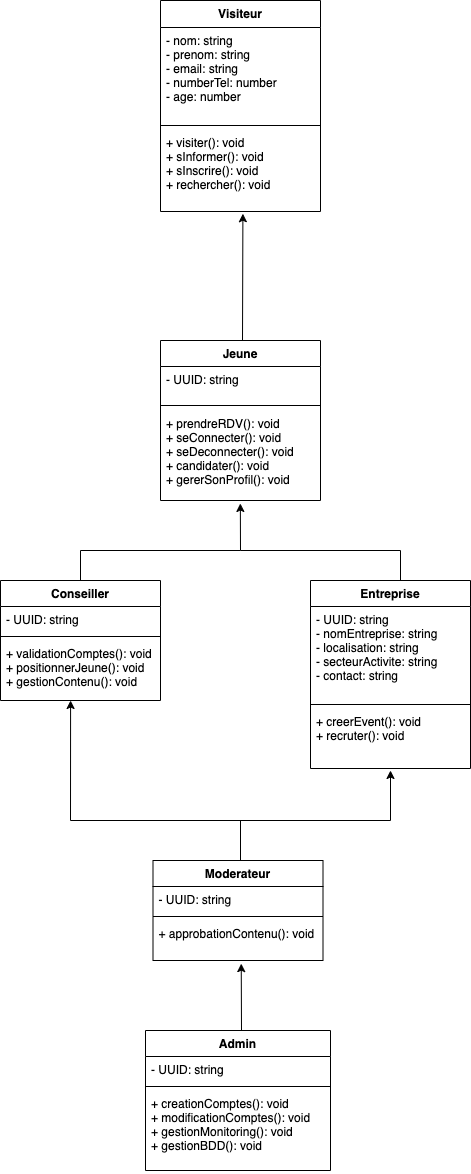
This is diagrams/classe/classe.drawio.png from delannoykurt/mission-locale, a draw.io export, as it was before one commit. Source tidied: cells renumbered, new cells last; positions are measured from the earlier drawing's top-left corner, leaving out a move shared by most shapes.
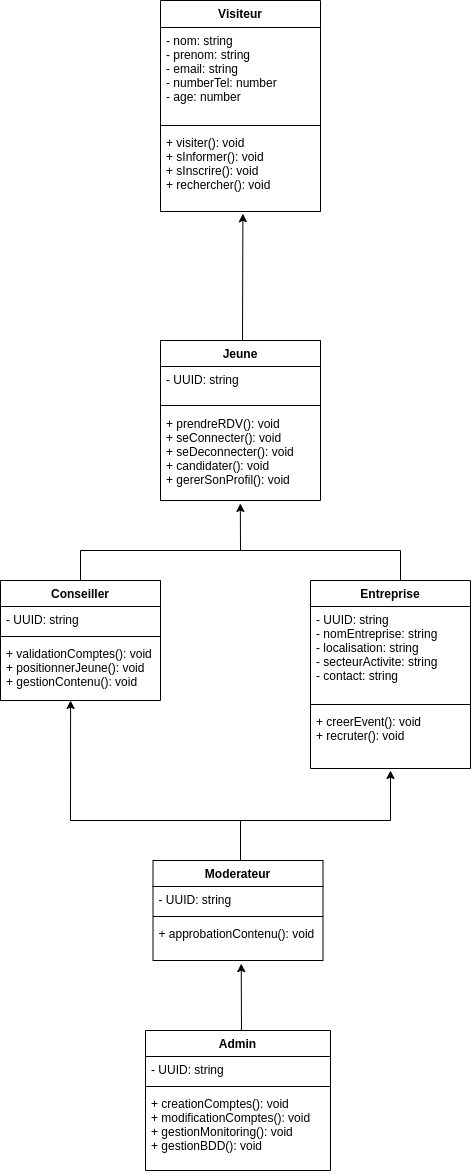
The same diagram one commit later.

Commit message:
docs(common): modification bakcground class

The edit, as a diff of the source:
```diff
@@ -1,136 +1,136 @@
-<mxGraphModel>
+<mxGraphModel background="#ffffff">
   <root>
     <mxCell id="0" />
     <mxCell id="1" parent="0" />
-    <mxCell id="2" value="Visiteur" style="swimlane;fontStyle=1;align=center;verticalAlign=top;horizontal=1;startSize=27;" parent="1" vertex="1">
+    <mxCell id="2" value="Visiteur" style="swimlane;fontStyle=1;align=center;verticalAlign=top;horizontal=1;startSize=27;rounded=0;" parent="1" vertex="1">
       <mxGeometry x="160" width="160" height="211" as="geometry" />
     </mxCell>
-    <mxCell id="3" value="- nom: string&#10;- prenom: string&#10;- email: string&#10;- numberTel: number&#10;- age: number" style="text;strokeColor=none;fillColor=none;align=left;verticalAlign=top;spacingLeft=4;spacingRight=4;overflow=hidden;" parent="2" vertex="1">
+    <mxCell id="3" value="- nom: string&#10;- prenom: string&#10;- email: string&#10;- numberTel: number&#10;- age: number" style="text;strokeColor=none;fillColor=none;align=left;verticalAlign=top;spacingLeft=4;spacingRight=4;overflow=hidden;rounded=0;fontColor=#000000;" parent="2" vertex="1">
       <mxGeometry y="27" width="160" height="94" as="geometry" />
     </mxCell>
-    <mxCell id="4" style="line;strokeWidth=1;fillColor=none;align=left;verticalAlign=middle;spacingTop=-1;spacingLeft=3;spacingRight=3;labelPosition=right;" parent="2" vertex="1">
+    <mxCell id="4" style="line;strokeWidth=1;fillColor=none;align=left;verticalAlign=middle;spacingTop=-1;spacingLeft=3;spacingRight=3;labelPosition=right;rounded=0;" parent="2" vertex="1">
       <mxGeometry y="121" width="160" height="8" as="geometry" />
     </mxCell>
-    <mxCell id="5" value="+ visiter(): void&#10;+ sInformer(): void&#10;+ sInscrire(): void&#10;+ rechercher(): void" style="text;strokeColor=none;fillColor=none;align=left;verticalAlign=top;spacingLeft=4;spacingRight=4;overflow=hidden;points=[[0,0.5],[1,0.5]];portConstraint=eastwest;" parent="2" vertex="1">
+    <mxCell id="5" value="+ visiter(): void&#10;+ sInformer(): void&#10;+ sInscrire(): void&#10;+ rechercher(): void" style="text;strokeColor=none;fillColor=none;align=left;verticalAlign=top;spacingLeft=4;spacingRight=4;overflow=hidden;points=[[0,0.5],[1,0.5]];portConstraint=eastwest;rounded=0;fontColor=#000000;" parent="2" vertex="1">
       <mxGeometry y="129" width="160" height="82" as="geometry" />
     </mxCell>
-    <mxCell id="6" value="Jeune" style="swimlane;fontStyle=1;align=center;verticalAlign=top;horizontal=1;startSize=26;" parent="1" vertex="1">
+    <mxCell id="6" value="Jeune" style="swimlane;fontStyle=1;align=center;verticalAlign=top;horizontal=1;startSize=26;rounded=0;" parent="1" vertex="1">
       <mxGeometry x="160" y="340" width="160" height="160" as="geometry" />
     </mxCell>
-    <mxCell id="7" value="- UUID: string" style="text;strokeColor=none;fillColor=none;align=left;verticalAlign=top;spacingLeft=4;spacingRight=4;overflow=hidden;" parent="6" vertex="1">
+    <mxCell id="7" value="- UUID: string" style="text;strokeColor=none;fillColor=none;align=left;verticalAlign=top;spacingLeft=4;spacingRight=4;overflow=hidden;rounded=0;fontColor=#000000;" parent="6" vertex="1">
       <mxGeometry y="26" width="160" height="34" as="geometry" />
     </mxCell>
-    <mxCell id="8" style="line;strokeWidth=1;fillColor=none;align=left;verticalAlign=middle;spacingTop=-1;spacingLeft=3;spacingRight=3;labelPosition=right;" parent="6" vertex="1">
+    <mxCell id="8" style="line;strokeWidth=1;fillColor=none;align=left;verticalAlign=middle;spacingTop=-1;spacingLeft=3;spacingRight=3;labelPosition=right;rounded=0;" parent="6" vertex="1">
       <mxGeometry y="60" width="160" height="10" as="geometry" />
     </mxCell>
-    <mxCell id="9" value="+ prendreRDV(): void&#10;+ seConnecter(): void&#10;+ seDeconnecter(): void&#10;+ candidater(): void&#10;+ gererSonProfil(): void" style="text;strokeColor=none;fillColor=none;align=left;verticalAlign=top;spacingLeft=4;spacingRight=4;overflow=hidden;points=[[0,0.5],[1,0.5]];portConstraint=eastwest;" parent="6" vertex="1">
+    <mxCell id="9" value="+ prendreRDV(): void&#10;+ seConnecter(): void&#10;+ seDeconnecter(): void&#10;+ candidater(): void&#10;+ gererSonProfil(): void" style="text;strokeColor=none;fillColor=none;align=left;verticalAlign=top;spacingLeft=4;spacingRight=4;overflow=hidden;points=[[0,0.5],[1,0.5]];portConstraint=eastwest;rounded=0;fontColor=#000000;" parent="6" vertex="1">
       <mxGeometry y="70" width="160" height="90" as="geometry" />
     </mxCell>
-    <mxCell id="10" value="Conseiller" style="swimlane;fontStyle=1;align=center;verticalAlign=top;horizontal=1;startSize=26;" parent="1" vertex="1">
+    <mxCell id="10" value="Conseiller" style="swimlane;fontStyle=1;align=center;verticalAlign=top;horizontal=1;startSize=26;rounded=0;" parent="1" vertex="1">
       <mxGeometry y="580" width="160" height="120" as="geometry" />
     </mxCell>
-    <mxCell id="11" value="- UUID: string" style="text;strokeColor=none;fillColor=none;align=left;verticalAlign=top;spacingLeft=4;spacingRight=4;overflow=hidden;" parent="10" vertex="1">
+    <mxCell id="11" value="- UUID: string" style="text;strokeColor=none;fillColor=none;align=left;verticalAlign=top;spacingLeft=4;spacingRight=4;overflow=hidden;rounded=0;fontColor=#000000;" parent="10" vertex="1">
       <mxGeometry y="26" width="160" height="26" as="geometry" />
     </mxCell>
-    <mxCell id="12" style="line;strokeWidth=1;fillColor=none;align=left;verticalAlign=middle;spacingTop=-1;spacingLeft=3;spacingRight=3;labelPosition=right;" parent="10" vertex="1">
+    <mxCell id="12" style="line;strokeWidth=1;fillColor=none;align=left;verticalAlign=middle;spacingTop=-1;spacingLeft=3;spacingRight=3;labelPosition=right;rounded=0;" parent="10" vertex="1">
       <mxGeometry y="52" width="160" height="8" as="geometry" />
     </mxCell>
-    <mxCell id="13" value="+ validationComptes(): void&#10;+ positionnerJeune(): void&#10;+ gestionContenu(): void" style="text;strokeColor=none;fillColor=none;align=left;verticalAlign=top;spacingLeft=4;spacingRight=4;overflow=hidden;points=[[0,0.5],[1,0.5]];portConstraint=eastwest;" parent="10" vertex="1">
+    <mxCell id="13" value="+ validationComptes(): void&#10;+ positionnerJeune(): void&#10;+ gestionContenu(): void" style="text;strokeColor=none;fillColor=none;align=left;verticalAlign=top;spacingLeft=4;spacingRight=4;overflow=hidden;points=[[0,0.5],[1,0.5]];portConstraint=eastwest;rounded=0;fontColor=#000000;" parent="10" vertex="1">
       <mxGeometry y="60" width="160" height="60" as="geometry" />
     </mxCell>
-    <mxCell id="14" value="Moderateur" style="swimlane;fontStyle=1;align=center;verticalAlign=top;horizontal=1;startSize=26;" parent="1" vertex="1">
+    <mxCell id="14" value="Moderateur" style="swimlane;fontStyle=1;align=center;verticalAlign=top;horizontal=1;startSize=26;rounded=0;" parent="1" vertex="1">
       <mxGeometry x="152.5" y="860" width="170" height="100" as="geometry" />
     </mxCell>
-    <mxCell id="15" value="- UUID: string" style="text;strokeColor=none;fillColor=none;align=left;verticalAlign=top;spacingLeft=4;spacingRight=4;overflow=hidden;" parent="14" vertex="1">
+    <mxCell id="15" value="- UUID: string" style="text;strokeColor=none;fillColor=none;align=left;verticalAlign=top;spacingLeft=4;spacingRight=4;overflow=hidden;rounded=0;fontColor=#000000;" parent="14" vertex="1">
       <mxGeometry y="26" width="170" height="26" as="geometry" />
     </mxCell>
-    <mxCell id="16" style="line;strokeWidth=1;fillColor=none;align=left;verticalAlign=middle;spacingTop=-1;spacingLeft=3;spacingRight=3;labelPosition=right;" parent="14" vertex="1">
+    <mxCell id="16" style="line;strokeWidth=1;fillColor=none;align=left;verticalAlign=middle;spacingTop=-1;spacingLeft=3;spacingRight=3;labelPosition=right;rounded=0;" parent="14" vertex="1">
       <mxGeometry y="52" width="170" height="8" as="geometry" />
     </mxCell>
-    <mxCell id="17" value="+ approbationContenu(): void&#10;" style="text;strokeColor=none;fillColor=none;align=left;verticalAlign=top;spacingLeft=4;spacingRight=4;overflow=hidden;points=[[0,0.5],[1,0.5]];portConstraint=eastwest;" parent="14" vertex="1">
+    <mxCell id="17" value="+ approbationContenu(): void&#10;" style="text;strokeColor=none;fillColor=none;align=left;verticalAlign=top;spacingLeft=4;spacingRight=4;overflow=hidden;points=[[0,0.5],[1,0.5]];portConstraint=eastwest;rounded=0;fontColor=#000000;" parent="14" vertex="1">
       <mxGeometry y="60" width="170" height="40" as="geometry" />
     </mxCell>
-    <mxCell id="18" value="Entreprise" style="swimlane;fontStyle=1;align=center;verticalAlign=top;horizontal=1;startSize=26;" parent="1" vertex="1">
+    <mxCell id="18" value="Entreprise" style="swimlane;fontStyle=1;align=center;verticalAlign=top;horizontal=1;startSize=26;rounded=0;" parent="1" vertex="1">
       <mxGeometry x="310" y="580" width="160" height="188" as="geometry" />
     </mxCell>
-    <mxCell id="19" value="- UUID: string&#10;- nomEntreprise: string&#10;- localisation: string&#10;- secteurActivite: string&#10;- contact: string" style="text;strokeColor=none;fillColor=none;align=left;verticalAlign=top;spacingLeft=4;spacingRight=4;overflow=hidden;" parent="18" vertex="1">
+    <mxCell id="19" value="- UUID: string&#10;- nomEntreprise: string&#10;- localisation: string&#10;- secteurActivite: string&#10;- contact: string" style="text;strokeColor=none;fillColor=none;align=left;verticalAlign=top;spacingLeft=4;spacingRight=4;overflow=hidden;rounded=0;fontColor=#000000;" parent="18" vertex="1">
       <mxGeometry y="26" width="160" height="94" as="geometry" />
     </mxCell>
-    <mxCell id="20" style="line;strokeWidth=1;fillColor=none;align=left;verticalAlign=middle;spacingTop=-1;spacingLeft=3;spacingRight=3;labelPosition=right;" parent="18" vertex="1">
+    <mxCell id="20" style="line;strokeWidth=1;fillColor=none;align=left;verticalAlign=middle;spacingTop=-1;spacingLeft=3;spacingRight=3;labelPosition=right;rounded=0;" parent="18" vertex="1">
       <mxGeometry y="120" width="160" height="8" as="geometry" />
     </mxCell>
-    <mxCell id="21" value="+ creerEvent(): void&#10;+ recruter(): void" style="text;strokeColor=none;fillColor=none;align=left;verticalAlign=top;spacingLeft=4;spacingRight=4;overflow=hidden;" parent="18" vertex="1">
+    <mxCell id="21" value="+ creerEvent(): void&#10;+ recruter(): void" style="text;strokeColor=none;fillColor=none;align=left;verticalAlign=top;spacingLeft=4;spacingRight=4;overflow=hidden;rounded=0;fontColor=#000000;" parent="18" vertex="1">
       <mxGeometry y="128" width="160" height="60" as="geometry" />
     </mxCell>
-    <mxCell id="22" value="Admin" style="swimlane;fontStyle=1;align=center;verticalAlign=top;horizontal=1;startSize=26;" parent="1" vertex="1">
+    <mxCell id="22" value="Admin" style="swimlane;fontStyle=1;align=center;verticalAlign=top;horizontal=1;startSize=26;rounded=0;" parent="1" vertex="1">
       <mxGeometry x="145" y="1030" width="185" height="140" as="geometry" />
     </mxCell>
-    <mxCell id="23" value="- UUID: string" style="text;strokeColor=none;fillColor=none;align=left;verticalAlign=top;spacingLeft=4;spacingRight=4;overflow=hidden;" parent="22" vertex="1">
+    <mxCell id="23" value="- UUID: string" style="text;strokeColor=none;fillColor=none;align=left;verticalAlign=top;spacingLeft=4;spacingRight=4;overflow=hidden;rounded=0;fontColor=#000000;" parent="22" vertex="1">
       <mxGeometry y="26" width="185" height="26" as="geometry" />
     </mxCell>
-    <mxCell id="24" style="line;strokeWidth=1;fillColor=none;align=left;verticalAlign=middle;spacingTop=-1;spacingLeft=3;spacingRight=3;labelPosition=right;" parent="22" vertex="1">
+    <mxCell id="24" style="line;strokeWidth=1;fillColor=none;align=left;verticalAlign=middle;spacingTop=-1;spacingLeft=3;spacingRight=3;labelPosition=right;rounded=0;" parent="22" vertex="1">
       <mxGeometry y="52" width="185" height="8" as="geometry" />
     </mxCell>
-    <mxCell id="25" value="+ creationComptes(): void&#10;+ modificationComptes(): void&#10;+ gestionMonitoring(): void&#10;+ gestionBDD(): void" style="text;strokeColor=none;fillColor=none;align=left;verticalAlign=top;spacingLeft=4;spacingRight=4;overflow=hidden;" parent="22" vertex="1">
+    <mxCell id="25" value="+ creationComptes(): void&#10;+ modificationComptes(): void&#10;+ gestionMonitoring(): void&#10;+ gestionBDD(): void" style="text;strokeColor=none;fillColor=none;align=left;verticalAlign=top;spacingLeft=4;spacingRight=4;overflow=hidden;rounded=0;fontColor=#000000;" parent="22" vertex="1">
       <mxGeometry y="60" width="185" height="80" as="geometry" />
     </mxCell>
-    <mxCell id="26" style="endArrow=classic;html=1;entryX=0.515;entryY=1.027;entryDx=0;entryDy=0;entryPerimeter=0;" parent="1" edge="1" target="5">
+    <mxCell id="26" style="endArrow=classic;html=1;entryX=0.515;entryY=1.027;entryDx=0;entryDy=0;entryPerimeter=0;rounded=0;fontColor=#000000;labelBackgroundColor=default;" parent="1" edge="1" target="5">
       <mxGeometry relative="1" as="geometry">
         <mxPoint x="242" y="340" as="sourcePoint" />
       </mxGeometry>
     </mxCell>
-    <mxCell id="27" style="endArrow=classic;html=1;entryX=0.499;entryY=1.033;entryDx=0;entryDy=0;entryPerimeter=0;" parent="1" edge="1" target="9">
+    <mxCell id="27" style="endArrow=classic;html=1;entryX=0.499;entryY=1.033;entryDx=0;entryDy=0;entryPerimeter=0;rounded=0;fontColor=#000000;" parent="1" edge="1" target="9">
       <mxGeometry relative="1" as="geometry">
         <mxPoint x="240" y="550" as="sourcePoint" />
       </mxGeometry>
     </mxCell>
-    <mxCell id="28" style="endArrow=none;html=1;" parent="1" edge="1">
+    <mxCell id="28" style="endArrow=none;html=1;rounded=0;fontColor=#000000;" parent="1" edge="1">
       <mxGeometry relative="1" as="geometry">
         <mxPoint x="80" y="550" as="sourcePoint" />
         <mxPoint x="240" y="550" as="targetPoint" />
       </mxGeometry>
     </mxCell>
-    <mxCell id="29" style="endArrow=none;html=1;exitX=0.5;exitY=0;exitDx=0;exitDy=0;" parent="1" edge="1" source="10">
+    <mxCell id="29" style="endArrow=none;html=1;exitX=0.5;exitY=0;exitDx=0;exitDy=0;rounded=0;fontColor=#000000;" parent="1" edge="1" source="10">
       <mxGeometry relative="1" as="geometry">
         <mxPoint x="80" y="550" as="targetPoint" />
       </mxGeometry>
     </mxCell>
-    <mxCell id="30" style="endArrow=none;html=1;" parent="1" edge="1">
+    <mxCell id="30" style="endArrow=none;html=1;rounded=0;fontColor=#000000;" parent="1" edge="1">
       <mxGeometry relative="1" as="geometry">
         <mxPoint x="400" y="550" as="sourcePoint" />
         <mxPoint x="240" y="550" as="targetPoint" />
       </mxGeometry>
     </mxCell>
-    <mxCell id="31" style="endArrow=none;html=1;" parent="1" edge="1">
+    <mxCell id="31" style="endArrow=none;html=1;rounded=0;fontColor=#000000;" parent="1" edge="1">
       <mxGeometry relative="1" as="geometry">
         <mxPoint x="400" y="580" as="sourcePoint" />
         <mxPoint x="400" y="550" as="targetPoint" />
       </mxGeometry>
     </mxCell>
-    <mxCell id="32" style="endArrow=classic;html=1;entryX=0.438;entryY=1;entryDx=0;entryDy=0;entryPerimeter=0;" parent="1" edge="1" target="13">
+    <mxCell id="32" style="endArrow=classic;html=1;entryX=0.438;entryY=1;entryDx=0;entryDy=0;entryPerimeter=0;rounded=0;fontColor=#000000;" parent="1" edge="1" target="13">
       <mxGeometry relative="1" as="geometry">
         <mxPoint x="70" y="820" as="sourcePoint" />
       </mxGeometry>
     </mxCell>
-    <mxCell id="33" style="endArrow=classic;html=1;" parent="1" edge="1">
+    <mxCell id="33" style="endArrow=classic;html=1;rounded=0;fontColor=#FFFFFF;" parent="1" edge="1">
       <mxGeometry relative="1" as="geometry">
         <mxPoint x="390" y="820" as="sourcePoint" />
         <mxPoint x="390" y="770" as="targetPoint" />
       </mxGeometry>
     </mxCell>
-    <mxCell id="34" style="endArrow=none;html=1;" parent="1" edge="1">
+    <mxCell id="34" style="endArrow=none;html=1;rounded=0;fontColor=#000000;" parent="1" edge="1">
       <mxGeometry relative="1" as="geometry">
         <mxPoint x="70" y="820" as="sourcePoint" />
         <mxPoint x="390" y="820" as="targetPoint" />
       </mxGeometry>
     </mxCell>
-    <mxCell id="35" style="endArrow=none;html=1;" parent="1" edge="1">
+    <mxCell id="35" style="endArrow=none;html=1;rounded=0;fontColor=#000000;" parent="1" edge="1">
       <mxGeometry relative="1" as="geometry">
         <mxPoint x="240" y="860" as="sourcePoint" />
         <mxPoint x="240" y="820" as="targetPoint" />
       </mxGeometry>
     </mxCell>
-    <mxCell id="36" style="endArrow=classic;html=1;entryX=0.519;entryY=1.078;entryDx=0;entryDy=0;entryPerimeter=0;" parent="1" edge="1" target="17">
+    <mxCell id="36" style="endArrow=classic;html=1;entryX=0.519;entryY=1.078;entryDx=0;entryDy=0;entryPerimeter=0;rounded=0;fontColor=#000000;" parent="1" edge="1" target="17">
       <mxGeometry relative="1" as="geometry">
         <mxPoint x="241" y="1030" as="sourcePoint" />
       </mxGeometry>
```
